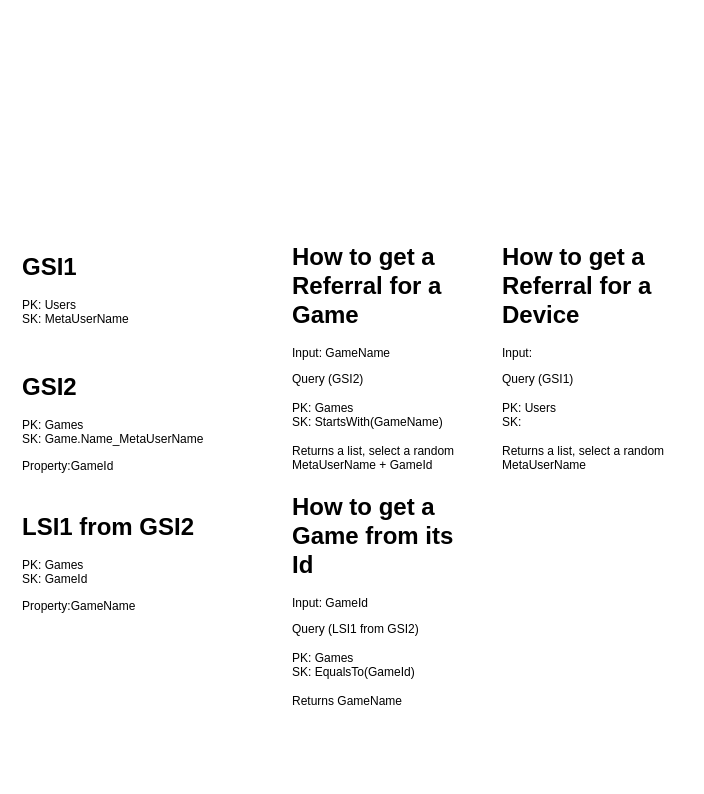
This is docs/data.drawio from DrXoo/metaref, a draw.io file, before an edit. Source tidied: cells renumbered, new cells numbered last; positions are measured from the earlier drawing's top-left corner, leaving out a move shared by most shapes. Both pictures are drawn from the tidied source at 100%, with x=0, y=0 at pixel (17, 237).
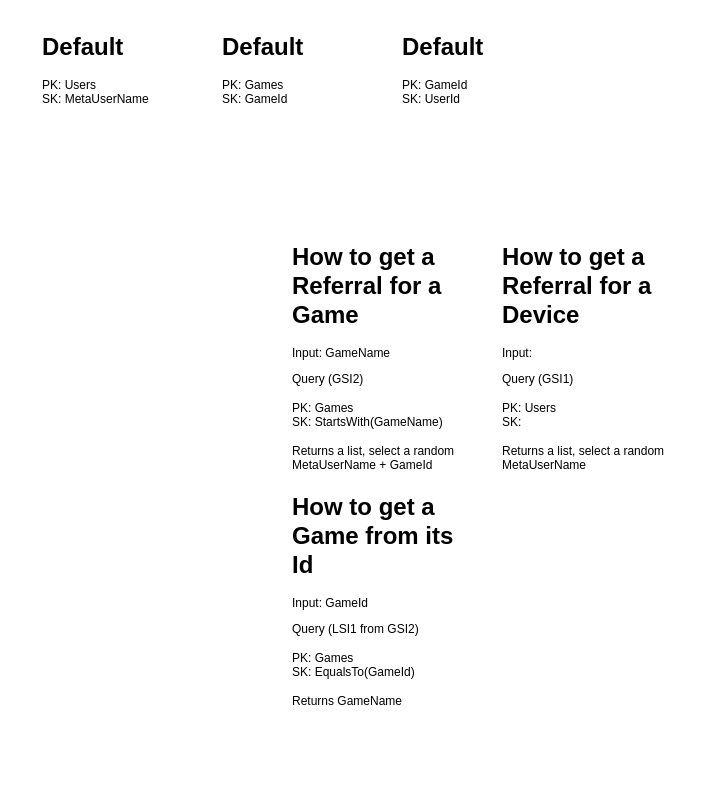
Above is the later version.

Diff of the diagram source:
```diff
@@
 <mxGraphModel>
   <root>
     <mxCell id="0" />
     <mxCell id="1" parent="0" />
-    <mxCell id="2" value="&lt;h1&gt;GSI1&lt;/h1&gt;&lt;p&gt;PK: Users&lt;br&gt;SK: MetaUserName&lt;/p&gt;" style="text;html=1;spacing=5;spacingTop=-20;whiteSpace=wrap;overflow=hidden;rounded=0;" parent="1" vertex="1">
-      <mxGeometry y="10" width="190" height="120" as="geometry" />
+    <mxCell id="2" value="&lt;h1&gt;Default&lt;/h1&gt;&lt;p&gt;PK: Users&lt;br&gt;SK: MetaUserName&lt;/p&gt;" style="text;html=1;spacing=5;spacingTop=-20;whiteSpace=wrap;overflow=hidden;rounded=0;" parent="1" vertex="1">
+      <mxGeometry x="20" y="-210" width="190" height="120" as="geometry" />
     </mxCell>
-    <mxCell id="3" value="&lt;h1&gt;GSI2&lt;/h1&gt;&lt;p&gt;&lt;span style=&quot;background-color: initial;&quot;&gt;PK: Games&lt;br&gt;SK: Game.Name_MetaUserName&lt;/span&gt;&lt;/p&gt;&lt;p&gt;Property:GameId&lt;/p&gt;" style="text;html=1;spacing=5;spacingTop=-20;whiteSpace=wrap;overflow=hidden;rounded=0;" parent="1" vertex="1">
-      <mxGeometry y="130" width="230" height="120" as="geometry" />
-    </mxCell>
     <mxCell id="4" value="&lt;h1&gt;How to get a Referral for a Game&lt;/h1&gt;&lt;p&gt;Input: GameName&lt;br&gt;&lt;/p&gt;&lt;p&gt;Query (GSI2)&lt;br&gt;&lt;br&gt;PK: Games&lt;br&gt;SK: StartsWith(GameName)&lt;br&gt;&lt;br&gt;Returns a list, select a random MetaUserName + GameId&lt;/p&gt;" style="text;html=1;spacing=5;spacingTop=-20;whiteSpace=wrap;overflow=hidden;rounded=0;" parent="1" vertex="1">
       <mxGeometry x="270" width="190" height="290" as="geometry" />
     </mxCell>
     <mxCell id="5" value="&lt;h1&gt;How to get a Referral for a Device&lt;/h1&gt;&lt;p&gt;Input:&amp;nbsp;&lt;br&gt;&lt;/p&gt;&lt;p&gt;Query (GSI1)&lt;br&gt;&lt;br&gt;PK: Users&lt;br&gt;SK:&amp;nbsp;&lt;br&gt;&lt;br&gt;Returns a list, select a random MetaUserName&lt;/p&gt;" style="text;html=1;spacing=5;spacingTop=-20;whiteSpace=wrap;overflow=hidden;rounded=0;" parent="1" vertex="1">
       <mxGeometry x="480" width="190" height="290" as="geometry" />
     </mxCell>
     <mxCell id="6" value="&lt;h1&gt;How to get a Game from its Id&lt;/h1&gt;&lt;p&gt;Input: GameId&lt;br&gt;&lt;/p&gt;&lt;p&gt;Query (LSI1 from GSI2)&lt;br&gt;&lt;br&gt;PK: Games&lt;br&gt;SK: EqualsTo(GameId)&lt;br&gt;&lt;br&gt;Returns GameName&lt;/p&gt;" style="text;html=1;spacing=5;spacingTop=-20;whiteSpace=wrap;overflow=hidden;rounded=0;" parent="1" vertex="1">
       <mxGeometry x="270" y="250" width="190" height="290" as="geometry" />
     </mxCell>
-    <mxCell id="7" value="&lt;h1&gt;LSI1 from GSI2&lt;/h1&gt;&lt;p&gt;&lt;span style=&quot;background-color: initial;&quot;&gt;PK: Games&lt;br&gt;SK: GameId&lt;/span&gt;&lt;/p&gt;&lt;p&gt;Property:GameName&lt;br&gt;&lt;/p&gt;" style="text;html=1;spacing=5;spacingTop=-20;whiteSpace=wrap;overflow=hidden;rounded=0;" parent="1" vertex="1">
-      <mxGeometry y="270" width="230" height="120" as="geometry" />
-    </mxCell>
+    <mxCell id="8" value="&lt;h1&gt;Default&lt;/h1&gt;&lt;p&gt;PK: Games&lt;br&gt;SK: GameId&lt;/p&gt;" style="text;html=1;spacing=5;spacingTop=-20;whiteSpace=wrap;overflow=hidden;rounded=0;" parent="1" vertex="1">
+      <mxGeometry x="200" y="-210" width="190" height="120" as="geometry" />
+    </mxCell>
+    <mxCell id="9" value="&lt;h1&gt;Default&lt;/h1&gt;&lt;p&gt;PK: GameId&lt;br&gt;SK: UserId&lt;/p&gt;" style="text;html=1;spacing=5;spacingTop=-20;whiteSpace=wrap;overflow=hidden;rounded=0;" parent="1" vertex="1">
+      <mxGeometry x="380" y="-210" width="190" height="120" as="geometry" />
+    </mxCell>
   </root>
 </mxGraphModel>
```
